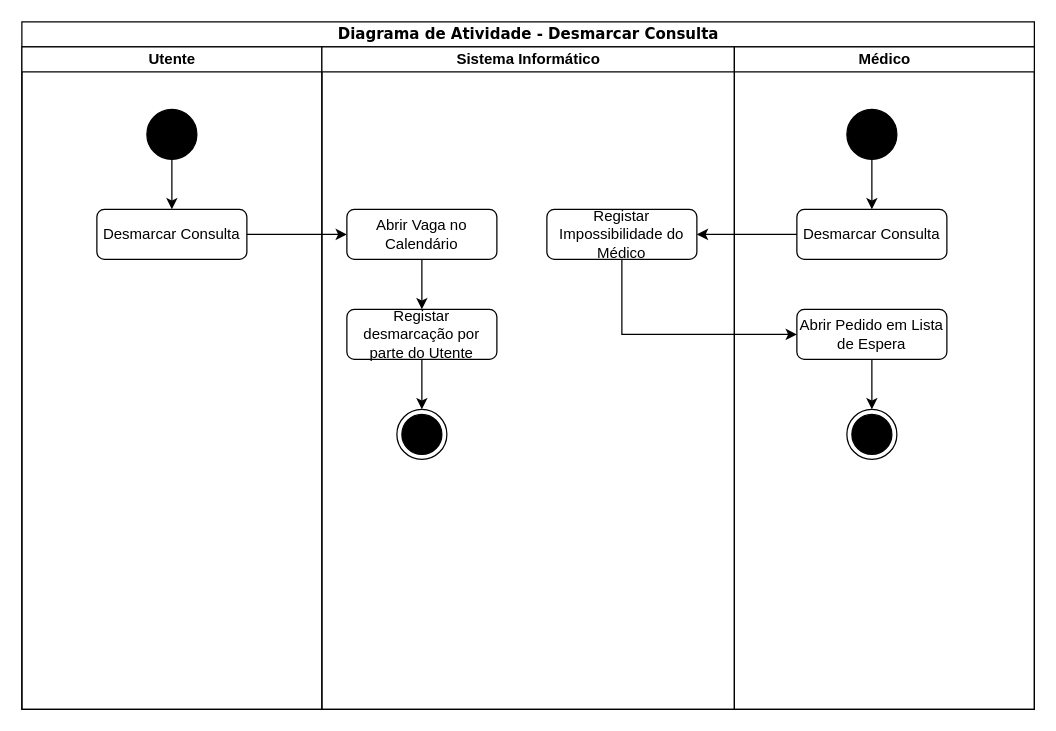
The draw.io diagram page "Desmarcar Consulta" (2 of 6) of 2. Diagramas de Actividades.drawio in carlan92/Hospital_Management_System, before the edit. Source tidied: cells renumbered, new cells numbered last; positions are measured from the earlier drawing's top-left corner, leaving out a move shared by most shapes. Both pictures are drawn from the tidied source at 125%, with x=0, y=0 at pixel (21, 21).
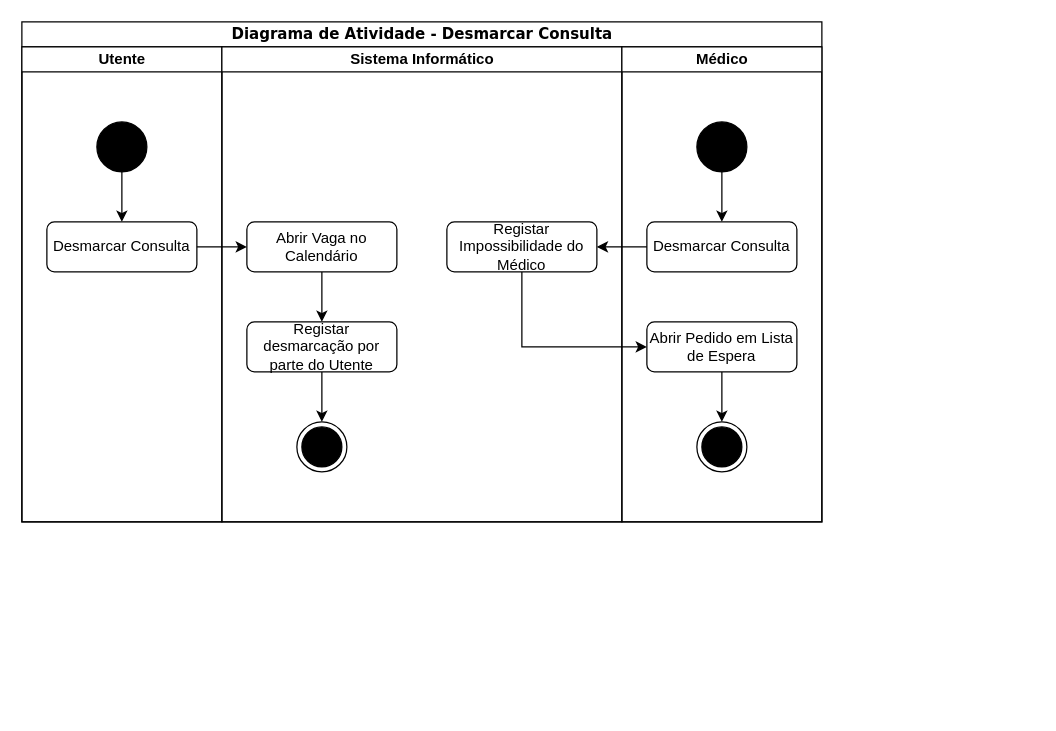
The same diagram, later.

Diff of the diagram source:
```diff
@@
     <mxCell id="2" value="Diagrama de Atividade - Desmarcar Consulta" style="swimlane;html=1;startSize=20;rounded=0;shadow=0;comic=0;labelBackgroundColor=none;strokeWidth=1;fontFamily=Verdana;fontSize=12;align=center;" parent="1" vertex="1">
-      <mxGeometry width="810" height="550" as="geometry" />
+      <mxGeometry width="640" height="400" as="geometry" />
     </mxCell>
+    <mxCell id="22" style="edgeStyle=orthogonalEdgeStyle;rounded=0;jettySize=auto;html=1;entryX=1;entryY=0.5;entryDx=0;entryDy=0;exitX=0;exitY=0.5;exitDx=0;exitDy=0;" parent="2" edge="1" source="18" target="14">
+      <mxGeometry relative="1" as="geometry">
+        <Array as="points">
+          <mxPoint x="560" y="180" />
+          <mxPoint x="560" y="180" />
+        </Array>
+      </mxGeometry>
+    </mxCell>
+    <mxCell id="23" style="edgeStyle=orthogonalEdgeStyle;rounded=0;jettySize=auto;html=1;entryX=0;entryY=0.5;entryDx=0;entryDy=0;exitX=0.5;exitY=1;exitDx=0;exitDy=0;" parent="2" edge="1" source="14" target="21">
+      <mxGeometry relative="1" as="geometry">
+        <Array as="points">
+          <mxPoint x="400" y="260" />
+        </Array>
+      </mxGeometry>
+    </mxCell>
     <mxCell id="3" value="Utente" style="swimlane;html=1;startSize=20;" parent="2" vertex="1">
-      <mxGeometry y="20" width="240" height="530" as="geometry" />
+      <mxGeometry y="20" width="160" height="380" as="geometry" />
     </mxCell>
@@
     <mxCell id="5" style="ellipse;whiteSpace=wrap;html=1;rounded=0;shadow=0;comic=0;labelBackgroundColor=none;strokeWidth=1;fillColor=#000000;fontFamily=Verdana;fontSize=12;align=center;" parent="3" vertex="1">
-      <mxGeometry x="100" y="50" width="40" height="40" as="geometry" />
+      <mxGeometry x="60" y="60" width="40" height="40" as="geometry" />
     </mxCell>
     <mxCell id="6" value="Desmarcar Consulta" style="rounded=1;whiteSpace=wrap;html=1;" parent="3" vertex="1">
-      <mxGeometry x="60" y="130" width="120" height="40" as="geometry" />
+      <mxGeometry x="20" y="140" width="120" height="40" as="geometry" />
     </mxCell>
-    <mxCell id="7" style="edgeStyle=orthogonalEdgeStyle;rounded=0;jettySize=auto;html=1;entryX=0;entryY=0.5;entryDx=0;entryDy=0;" parent="2" edge="1" source="6" target="10">
-      <mxGeometry relative="1" as="geometry" />
-    </mxCell>
     <mxCell id="8" value="Sistema Informático" style="swimlane;html=1;startSize=20;" parent="2" vertex="1">
-      <mxGeometry x="240" y="20" width="330" height="530" as="geometry" />
+      <mxGeometry x="160" y="20" width="320" height="380" as="geometry" />
     </mxCell>
@@
     <mxCell id="10" value="Abrir Vaga no Calendário" style="rounded=1;whiteSpace=wrap;html=1;" parent="8" vertex="1">
-      <mxGeometry x="20" y="130" width="120" height="40" as="geometry" />
+      <mxGeometry x="20" y="140" width="120" height="40" as="geometry" />
     </mxCell>
@@
     <mxCell id="12" value="Registar desmarcação por parte do Utente" style="rounded=1;whiteSpace=wrap;html=1;" parent="8" vertex="1">
-      <mxGeometry x="20" y="210" width="120" height="40" as="geometry" />
+      <mxGeometry x="20" y="220" width="120" height="40" as="geometry" />
     </mxCell>
     <mxCell id="13" style="ellipse;html=1;shape=endState;fillColor=#000000;" parent="8" vertex="1">
-      <mxGeometry x="60" y="290" width="40" height="40" as="geometry" />
+      <mxGeometry x="60" y="300" width="40" height="40" as="geometry" />
     </mxCell>
     <mxCell id="14" value="Registar Impossibilidade do Médico" style="rounded=1;whiteSpace=wrap;html=1;" parent="8" vertex="1">
-      <mxGeometry x="180" y="130" width="120" height="40" as="geometry" />
+      <mxGeometry x="180" y="140" width="120" height="40" as="geometry" />
     </mxCell>
+    <mxCell id="7" style="edgeStyle=orthogonalEdgeStyle;rounded=0;jettySize=auto;html=1;entryX=0;entryY=0.5;entryDx=0;entryDy=0;exitX=1;exitY=0.5;exitDx=0;exitDy=0;" parent="2" edge="1" source="6" target="10">
+      <mxGeometry relative="1" as="geometry" />
+    </mxCell>
     <mxCell id="15" value="Médico" style="swimlane;html=1;startSize=20;" parent="2" vertex="1">
-      <mxGeometry x="570" y="20" width="240" height="530" as="geometry" />
+      <mxGeometry x="480" y="20" width="160" height="380" as="geometry" />
     </mxCell>
@@
     <mxCell id="17" style="ellipse;whiteSpace=wrap;html=1;rounded=0;shadow=0;comic=0;labelBackgroundColor=none;strokeWidth=1;fillColor=#000000;fontFamily=Verdana;fontSize=12;align=center;" parent="15" vertex="1">
-      <mxGeometry x="90" y="50" width="40" height="40" as="geometry" />
+      <mxGeometry x="60" y="60" width="40" height="40" as="geometry" />
     </mxCell>
     <mxCell id="18" value="Desmarcar Consulta" style="rounded=1;whiteSpace=wrap;html=1;" parent="15" vertex="1">
-      <mxGeometry x="50" y="130" width="120" height="40" as="geometry" />
+      <mxGeometry x="20" y="140" width="120" height="40" as="geometry" />
     </mxCell>
     <mxCell id="19" style="ellipse;html=1;shape=endState;fillColor=#000000;" parent="15" vertex="1">
-      <mxGeometry x="90" y="290" width="40" height="40" as="geometry" />
+      <mxGeometry x="60" y="300" width="40" height="40" as="geometry" />
     </mxCell>
@@
     <mxCell id="21" value="Abrir Pedido em Lista de Espera" style="rounded=1;whiteSpace=wrap;html=1;" parent="15" vertex="1">
-      <mxGeometry x="50" y="210" width="120" height="40" as="geometry" />
+      <mxGeometry x="20" y="220" width="120" height="40" as="geometry" />
     </mxCell>
-    <mxCell id="22" style="edgeStyle=orthogonalEdgeStyle;rounded=0;jettySize=auto;html=1;entryX=1;entryY=0.5;entryDx=0;entryDy=0;exitX=0;exitY=0.5;exitDx=0;exitDy=0;" parent="2" edge="1" source="18" target="14">
-      <mxGeometry relative="1" as="geometry">
-        <Array as="points">
-          <mxPoint x="580" y="170" />
-          <mxPoint x="580" y="170" />
-        </Array>
-      </mxGeometry>
-    </mxCell>
-    <mxCell id="23" style="edgeStyle=orthogonalEdgeStyle;rounded=0;jettySize=auto;html=1;entryX=0;entryY=0.5;entryDx=0;entryDy=0;exitX=0.5;exitY=1;exitDx=0;exitDy=0;" parent="2" edge="1" source="14" target="21">
-      <mxGeometry relative="1" as="geometry">
-        <Array as="points">
-          <mxPoint x="480" y="250" />
-        </Array>
-      </mxGeometry>
-    </mxCell>
```
